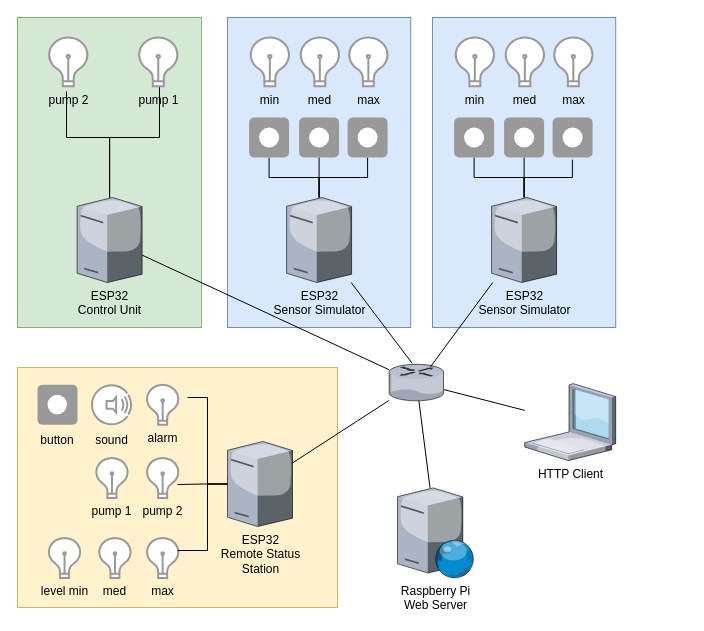
The draw.io diagram delivery-1/network-diagram.drawio in mendes-r/mescc-cslab, before the edit. Source tidied: cells renumbered, new cells numbered last; positions are measured from the earlier drawing's top-left corner, leaving out a move shared by most shapes. Both pictures are drawn from the tidied source at 100%, with x=0, y=0 at pixel (17, 17).
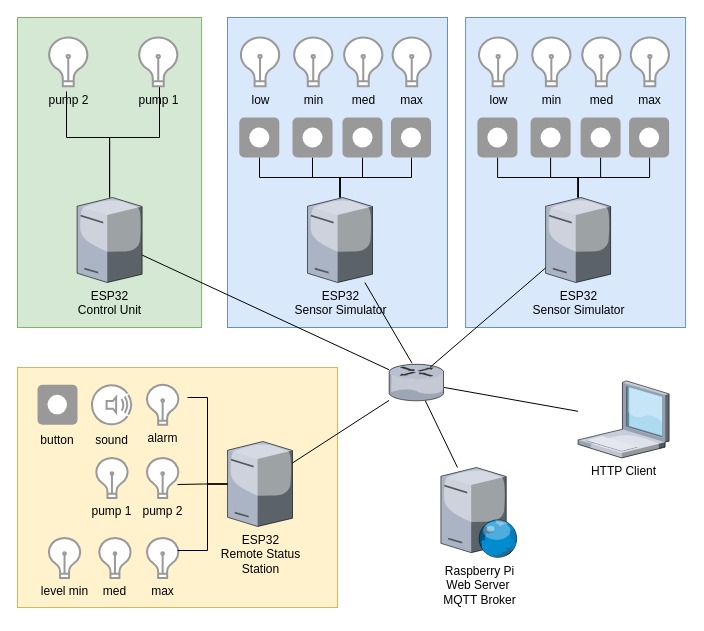
Above is the later version.

Unchanged cells that the change refers to:
```xml
<mxCell id="14" style="verticalLabelPosition=bottom;html=1;verticalAlign=top;strokeColor=none;shape=mxgraph.citrix.router;fillColor=#66B2FF;gradientColor=#0066CC;fontSize=14;" parent="1" vertex="1">
  <mxGeometry x="371.6" y="346.8" width="55" height="36.5" as="geometry" />
</mxCell>
```

Change to the diagram source:
```diff
@@
-    <mxCell id="2" style="rounded=0;whiteSpace=wrap;html=1;fillColor=#dae8fc;strokeColor=#6c8ebf;" parent="1" vertex="1">
-      <mxGeometry x="415" width="183.2" height="310" as="geometry" />
-    </mxCell>
     <mxCell id="3" style="rounded=0;whiteSpace=wrap;html=1;fillColor=#dae8fc;strokeColor=#6c8ebf;" parent="1" vertex="1">
-      <mxGeometry x="210" width="183.2" height="310" as="geometry" />
+      <mxGeometry x="210" width="220" height="310" as="geometry" />
     </mxCell>
@@
     <mxCell id="9" style="edgeStyle=orthogonalEdgeStyle;rounded=0;jettySize=auto;html=1;endArrow=none;endFill=0;" parent="1" edge="1" source="10" target="27">
-      <mxGeometry relative="1" as="geometry" />
+      <mxGeometry relative="1" as="geometry">
+        <Array as="points">
+          <mxPoint x="323" y="160" />
+          <mxPoint x="394" y="160" />
+        </Array>
+      </mxGeometry>
     </mxCell>
+    <mxCell id="60" style="edgeStyle=orthogonalEdgeStyle;rounded=0;jettySize=auto;html=1;endArrow=none;endFill=0;" parent="1" edge="1" source="10" target="61">
+      <mxGeometry relative="1" as="geometry">
+        <Array as="points">
+          <mxPoint x="323" y="160" />
+          <mxPoint x="242" y="160" />
+        </Array>
+      </mxGeometry>
+    </mxCell>
     <mxCell id="10" value="ESP32&lt;br&gt;Sensor Simulator" style="verticalLabelPosition=bottom;sketch=0;html=1;verticalAlign=top;strokeColor=none;align=center;outlineConnect=0;shape=mxgraph.citrix.tower_server;" parent="1" vertex="1">
-      <mxGeometry x="269.1" y="180" width="65" height="85" as="geometry" />
+      <mxGeometry x="290" y="180" width="65" height="85" as="geometry" />
     </mxCell>
-    <mxCell id="11" style="edgeStyle=orthogonalEdgeStyle;rounded=0;jettySize=auto;html=1;endArrow=none;endFill=0;" parent="1" edge="1" source="13" target="30">
-      <mxGeometry relative="1" as="geometry" />
-    </mxCell>
-    <mxCell id="12" style="edgeStyle=orthogonalEdgeStyle;rounded=0;jettySize=auto;html=1;endArrow=none;endFill=0;" parent="1" edge="1" source="13" target="33">
-      <mxGeometry relative="1" as="geometry" />
-    </mxCell>
-    <mxCell id="13" value="ESP32&lt;br&gt;Sensor Simulator" style="verticalLabelPosition=bottom;sketch=0;html=1;verticalAlign=top;strokeColor=none;align=center;outlineConnect=0;shape=mxgraph.citrix.tower_server;" parent="1" vertex="1">
-      <mxGeometry x="474.1" y="180" width="65" height="85" as="geometry" />
-    </mxCell>
@@
-    <mxCell id="18" style="endArrow=none;html=1;rounded=0;exitX=0.745;exitY=0.082;exitDx=0;exitDy=0;exitPerimeter=0;" parent="1" edge="1" source="14" target="13">
-      <mxGeometry relative="1" as="geometry" />
-    </mxCell>
@@
     <mxCell id="21" style="html=1;shadow=0;dashed=0;shape=mxgraph.bootstrap.rrect;rSize=5;strokeColor=none;html=1;whiteSpace=wrap;fillColor=#999999;fontColor=#ffffff;align=right;spacing=10;gradientColor=none;" parent="1" vertex="1">
-      <mxGeometry x="231.6" y="100" width="40" height="40" as="geometry" />
+      <mxGeometry x="275" y="100" width="40" height="40" as="geometry" />
     </mxCell>
@@
     <mxCell id="23" value="min" style="html=1;verticalLabelPosition=bottom;align=center;labelBackgroundColor=none;verticalAlign=top;strokeWidth=2;strokeColor=#999999;shadow=0;dashed=0;shape=mxgraph.ios7.icons.lightbulb;" parent="1" vertex="1">
-      <mxGeometry x="231.6" y="20" width="41.5" height="48.7" as="geometry" />
+      <mxGeometry x="275" y="20" width="41.5" height="48.7" as="geometry" />
     </mxCell>
     <mxCell id="24" style="html=1;shadow=0;dashed=0;shape=mxgraph.bootstrap.rrect;rSize=5;strokeColor=none;html=1;whiteSpace=wrap;fillColor=#999999;fontColor=#ffffff;align=right;spacing=10;gradientColor=none;" parent="1" vertex="1">
-      <mxGeometry x="281.6" y="100" width="40" height="40" as="geometry" />
+      <mxGeometry x="325" y="100" width="40" height="40" as="geometry" />
     </mxCell>
@@
     <mxCell id="26" value="med" style="html=1;verticalLabelPosition=bottom;align=center;labelBackgroundColor=none;verticalAlign=top;strokeWidth=2;strokeColor=#999999;shadow=0;dashed=0;shape=mxgraph.ios7.icons.lightbulb;" parent="1" vertex="1">
-      <mxGeometry x="281.6" y="20" width="41.5" height="48.7" as="geometry" />
+      <mxGeometry x="325" y="20" width="41.5" height="48.7" as="geometry" />
     </mxCell>
     <mxCell id="27" style="html=1;shadow=0;dashed=0;shape=mxgraph.bootstrap.rrect;rSize=5;strokeColor=none;html=1;whiteSpace=wrap;fillColor=#999999;fontColor=#ffffff;align=right;spacing=10;gradientColor=none;" parent="1" vertex="1">
-      <mxGeometry x="330.1" y="100" width="40" height="40" as="geometry" />
+      <mxGeometry x="373.5" y="100" width="40" height="40" as="geometry" />
     </mxCell>
@@
     <mxCell id="29" value="max" style="html=1;verticalLabelPosition=bottom;align=center;labelBackgroundColor=none;verticalAlign=top;strokeWidth=2;strokeColor=#999999;shadow=0;dashed=0;shape=mxgraph.ios7.icons.lightbulb;" parent="1" vertex="1">
-      <mxGeometry x="330.1" y="20" width="41.5" height="48.7" as="geometry" />
+      <mxGeometry x="373.5" y="20" width="41.5" height="48.7" as="geometry" />
     </mxCell>
-    <mxCell id="30" style="html=1;shadow=0;dashed=0;shape=mxgraph.bootstrap.rrect;rSize=5;strokeColor=none;html=1;whiteSpace=wrap;fillColor=#999999;fontColor=#ffffff;align=right;spacing=10;gradientColor=none;" parent="1" vertex="1">
-      <mxGeometry x="436.6" y="100" width="40" height="40" as="geometry" />
-    </mxCell>
-    <mxCell id="31" style="html=1;shadow=0;dashed=0;shape=ellipse;strokeColor=none;fillColor=#ffffff;" parent="30" vertex="1">
-      <mxGeometry x="0.5" y="0.5" width="20" height="20" relative="1" as="geometry">
-        <mxPoint x="-10" y="-10" as="offset" />
-      </mxGeometry>
-    </mxCell>
-    <mxCell id="32" value="min" style="html=1;verticalLabelPosition=bottom;align=center;labelBackgroundColor=none;verticalAlign=top;strokeWidth=2;strokeColor=#999999;shadow=0;dashed=0;shape=mxgraph.ios7.icons.lightbulb;" parent="1" vertex="1">
-      <mxGeometry x="436.6" y="20" width="41.5" height="48.7" as="geometry" />
-    </mxCell>
-    <mxCell id="33" style="html=1;shadow=0;dashed=0;shape=mxgraph.bootstrap.rrect;rSize=5;strokeColor=none;html=1;whiteSpace=wrap;fillColor=#999999;fontColor=#ffffff;align=right;spacing=10;gradientColor=none;" parent="1" vertex="1">
-      <mxGeometry x="486.6" y="100" width="40" height="40" as="geometry" />
-    </mxCell>
-    <mxCell id="34" style="html=1;shadow=0;dashed=0;shape=ellipse;strokeColor=none;fillColor=#ffffff;" parent="33" vertex="1">
-      <mxGeometry x="0.5" y="0.5" width="20" height="20" relative="1" as="geometry">
-        <mxPoint x="-10" y="-10" as="offset" />
-      </mxGeometry>
-    </mxCell>
-    <mxCell id="35" value="med" style="html=1;verticalLabelPosition=bottom;align=center;labelBackgroundColor=none;verticalAlign=top;strokeWidth=2;strokeColor=#999999;shadow=0;dashed=0;shape=mxgraph.ios7.icons.lightbulb;" parent="1" vertex="1">
-      <mxGeometry x="486.6" y="20" width="41.5" height="48.7" as="geometry" />
-    </mxCell>
-    <mxCell id="36" style="html=1;shadow=0;dashed=0;shape=mxgraph.bootstrap.rrect;rSize=5;strokeColor=none;html=1;whiteSpace=wrap;fillColor=#999999;fontColor=#ffffff;align=right;spacing=10;gradientColor=none;" parent="1" vertex="1">
-      <mxGeometry x="535.1" y="100" width="40" height="40" as="geometry" />
-    </mxCell>
-    <mxCell id="37" style="html=1;shadow=0;dashed=0;shape=ellipse;strokeColor=none;fillColor=#ffffff;" parent="36" vertex="1">
-      <mxGeometry x="0.5" y="0.5" width="20" height="20" relative="1" as="geometry">
-        <mxPoint x="-10" y="-10" as="offset" />
-      </mxGeometry>
-    </mxCell>
-    <mxCell id="38" value="max" style="html=1;verticalLabelPosition=bottom;align=center;labelBackgroundColor=none;verticalAlign=top;strokeWidth=2;strokeColor=#999999;shadow=0;dashed=0;shape=mxgraph.ios7.icons.lightbulb;" parent="1" vertex="1">
-      <mxGeometry x="535.1" y="20" width="41.5" height="48.7" as="geometry" />
-    </mxCell>
-    <mxCell id="39" style="edgeStyle=orthogonalEdgeStyle;rounded=0;jettySize=auto;html=1;entryX=0.495;entryY=1.054;entryDx=0;entryDy=0;entryPerimeter=0;endArrow=none;endFill=0;" parent="1" edge="1" source="13" target="36">
-      <mxGeometry relative="1" as="geometry" />
-    </mxCell>
@@
-    <mxCell id="58" value="Raspberry Pi&lt;br&gt;Web Server" style="verticalLabelPosition=bottom;sketch=0;html=1;verticalAlign=top;strokeColor=none;align=center;outlineConnect=0;shape=mxgraph.citrix.web_server;" parent="1" vertex="1">
-      <mxGeometry x="380" y="470.4" width="76.5" height="90" as="geometry" />
+    <mxCell id="58" value="Raspberry Pi&lt;br&gt;Web Server&amp;nbsp;&lt;br&gt;MQTT Broker" style="verticalLabelPosition=bottom;sketch=0;html=1;verticalAlign=top;strokeColor=none;align=center;outlineConnect=0;shape=mxgraph.citrix.web_server;" parent="1" vertex="1">
+      <mxGeometry x="423.4" y="450" width="76.5" height="90" as="geometry" />
     </mxCell>
     <mxCell id="59" value="HTTP Client" style="verticalLabelPosition=bottom;sketch=0;html=1;verticalAlign=top;strokeColor=none;align=center;outlineConnect=0;shape=mxgraph.citrix.laptop_1;" parent="1" vertex="1">
-      <mxGeometry x="507.2" y="366.1" width="91" height="77" as="geometry" />
+      <mxGeometry x="560.6" y="363.4" width="91" height="77" as="geometry" />
     </mxCell>
+    <mxCell id="61" style="html=1;shadow=0;dashed=0;shape=mxgraph.bootstrap.rrect;rSize=5;strokeColor=none;html=1;whiteSpace=wrap;fillColor=#999999;fontColor=#ffffff;align=right;spacing=10;gradientColor=none;" parent="1" vertex="1">
+      <mxGeometry x="221.8" y="100" width="40" height="40" as="geometry" />
+    </mxCell>
+    <mxCell id="62" style="html=1;shadow=0;dashed=0;shape=ellipse;strokeColor=none;fillColor=#ffffff;" parent="61" vertex="1">
+      <mxGeometry x="0.5" y="0.5" width="20" height="20" relative="1" as="geometry">
+        <mxPoint x="-10" y="-10" as="offset" />
+      </mxGeometry>
+    </mxCell>
+    <mxCell id="63" value="low" style="html=1;verticalLabelPosition=bottom;align=center;labelBackgroundColor=none;verticalAlign=top;strokeWidth=2;strokeColor=#999999;shadow=0;dashed=0;shape=mxgraph.ios7.icons.lightbulb;" parent="1" vertex="1">
+      <mxGeometry x="221.8" y="20" width="41.5" height="48.7" as="geometry" />
+    </mxCell>
+    <mxCell id="64" style="rounded=0;whiteSpace=wrap;html=1;fillColor=#dae8fc;strokeColor=#6c8ebf;" parent="1" vertex="1">
+      <mxGeometry x="448.1" width="220" height="310" as="geometry" />
+    </mxCell>
+    <mxCell id="65" style="edgeStyle=orthogonalEdgeStyle;rounded=0;jettySize=auto;html=1;endArrow=none;endFill=0;" parent="1" edge="1" source="13" target="69">
+      <mxGeometry relative="1" as="geometry" />
+    </mxCell>
+    <mxCell id="66" style="edgeStyle=orthogonalEdgeStyle;rounded=0;jettySize=auto;html=1;endArrow=none;endFill=0;" parent="1" edge="1" source="13" target="71">
+      <mxGeometry relative="1" as="geometry" />
+    </mxCell>
+    <mxCell id="67" style="edgeStyle=orthogonalEdgeStyle;rounded=0;jettySize=auto;html=1;endArrow=none;endFill=0;" parent="1" edge="1" source="13" target="73">
+      <mxGeometry relative="1" as="geometry">
+        <Array as="points">
+          <mxPoint x="561.1" y="160" />
+          <mxPoint x="632.1" y="160" />
+        </Array>
+      </mxGeometry>
+    </mxCell>
+    <mxCell id="68" style="edgeStyle=orthogonalEdgeStyle;rounded=0;jettySize=auto;html=1;endArrow=none;endFill=0;" parent="1" edge="1" source="13" target="75">
+      <mxGeometry relative="1" as="geometry">
+        <Array as="points">
+          <mxPoint x="561.1" y="160" />
+          <mxPoint x="480.1" y="160" />
+        </Array>
+      </mxGeometry>
+    </mxCell>
+    <mxCell id="13" value="ESP32&lt;br&gt;Sensor Simulator" style="verticalLabelPosition=bottom;sketch=0;html=1;verticalAlign=top;strokeColor=none;align=center;outlineConnect=0;shape=mxgraph.citrix.tower_server;" parent="1" vertex="1">
+      <mxGeometry x="528.1" y="180" width="65" height="85" as="geometry" />
+    </mxCell>
+    <mxCell id="69" style="html=1;shadow=0;dashed=0;shape=mxgraph.bootstrap.rrect;rSize=5;strokeColor=none;html=1;whiteSpace=wrap;fillColor=#999999;fontColor=#ffffff;align=right;spacing=10;gradientColor=none;" parent="1" vertex="1">
+      <mxGeometry x="513.1" y="100" width="40" height="40" as="geometry" />
+    </mxCell>
+    <mxCell id="70" style="html=1;shadow=0;dashed=0;shape=ellipse;strokeColor=none;fillColor=#ffffff;" parent="69" vertex="1">
+      <mxGeometry x="0.5" y="0.5" width="20" height="20" relative="1" as="geometry">
+        <mxPoint x="-10" y="-10" as="offset" />
+      </mxGeometry>
+    </mxCell>
+    <mxCell id="32" value="min" style="html=1;verticalLabelPosition=bottom;align=center;labelBackgroundColor=none;verticalAlign=top;strokeWidth=2;strokeColor=#999999;shadow=0;dashed=0;shape=mxgraph.ios7.icons.lightbulb;" parent="1" vertex="1">
+      <mxGeometry x="513.1" y="20" width="41.5" height="48.7" as="geometry" />
+    </mxCell>
+    <mxCell id="71" style="html=1;shadow=0;dashed=0;shape=mxgraph.bootstrap.rrect;rSize=5;strokeColor=none;html=1;whiteSpace=wrap;fillColor=#999999;fontColor=#ffffff;align=right;spacing=10;gradientColor=none;" parent="1" vertex="1">
+      <mxGeometry x="563.1" y="100" width="40" height="40" as="geometry" />
+    </mxCell>
+    <mxCell id="72" style="html=1;shadow=0;dashed=0;shape=ellipse;strokeColor=none;fillColor=#ffffff;" parent="71" vertex="1">
+      <mxGeometry x="0.5" y="0.5" width="20" height="20" relative="1" as="geometry">
+        <mxPoint x="-10" y="-10" as="offset" />
+      </mxGeometry>
+    </mxCell>
+    <mxCell id="35" value="med" style="html=1;verticalLabelPosition=bottom;align=center;labelBackgroundColor=none;verticalAlign=top;strokeWidth=2;strokeColor=#999999;shadow=0;dashed=0;shape=mxgraph.ios7.icons.lightbulb;" parent="1" vertex="1">
+      <mxGeometry x="563.1" y="20" width="41.5" height="48.7" as="geometry" />
+    </mxCell>
+    <mxCell id="73" style="html=1;shadow=0;dashed=0;shape=mxgraph.bootstrap.rrect;rSize=5;strokeColor=none;html=1;whiteSpace=wrap;fillColor=#999999;fontColor=#ffffff;align=right;spacing=10;gradientColor=none;" parent="1" vertex="1">
+      <mxGeometry x="611.6" y="100" width="40" height="40" as="geometry" />
+    </mxCell>
+    <mxCell id="74" style="html=1;shadow=0;dashed=0;shape=ellipse;strokeColor=none;fillColor=#ffffff;" parent="73" vertex="1">
+      <mxGeometry x="0.5" y="0.5" width="20" height="20" relative="1" as="geometry">
+        <mxPoint x="-10" y="-10" as="offset" />
+      </mxGeometry>
+    </mxCell>
+    <mxCell id="38" value="max" style="html=1;verticalLabelPosition=bottom;align=center;labelBackgroundColor=none;verticalAlign=top;strokeWidth=2;strokeColor=#999999;shadow=0;dashed=0;shape=mxgraph.ios7.icons.lightbulb;" parent="1" vertex="1">
+      <mxGeometry x="611.6" y="20" width="41.5" height="48.7" as="geometry" />
+    </mxCell>
+    <mxCell id="75" style="html=1;shadow=0;dashed=0;shape=mxgraph.bootstrap.rrect;rSize=5;strokeColor=none;html=1;whiteSpace=wrap;fillColor=#999999;fontColor=#ffffff;align=right;spacing=10;gradientColor=none;" parent="1" vertex="1">
+      <mxGeometry x="459.9" y="100" width="40" height="40" as="geometry" />
+    </mxCell>
+    <mxCell id="76" style="html=1;shadow=0;dashed=0;shape=ellipse;strokeColor=none;fillColor=#ffffff;" parent="75" vertex="1">
+      <mxGeometry x="0.5" y="0.5" width="20" height="20" relative="1" as="geometry">
+        <mxPoint x="-10" y="-10" as="offset" />
+      </mxGeometry>
+    </mxCell>
+    <mxCell id="77" value="low" style="html=1;verticalLabelPosition=bottom;align=center;labelBackgroundColor=none;verticalAlign=top;strokeWidth=2;strokeColor=#999999;shadow=0;dashed=0;shape=mxgraph.ios7.icons.lightbulb;" parent="1" vertex="1">
+      <mxGeometry x="459.9" y="20" width="41.5" height="48.7" as="geometry" />
+    </mxCell>
+    <mxCell id="18" style="endArrow=none;html=1;rounded=0;exitX=0.745;exitY=0.082;exitDx=0;exitDy=0;exitPerimeter=0;" parent="1" edge="1" source="14" target="13">
+      <mxGeometry relative="1" as="geometry" />
+    </mxCell>
```
